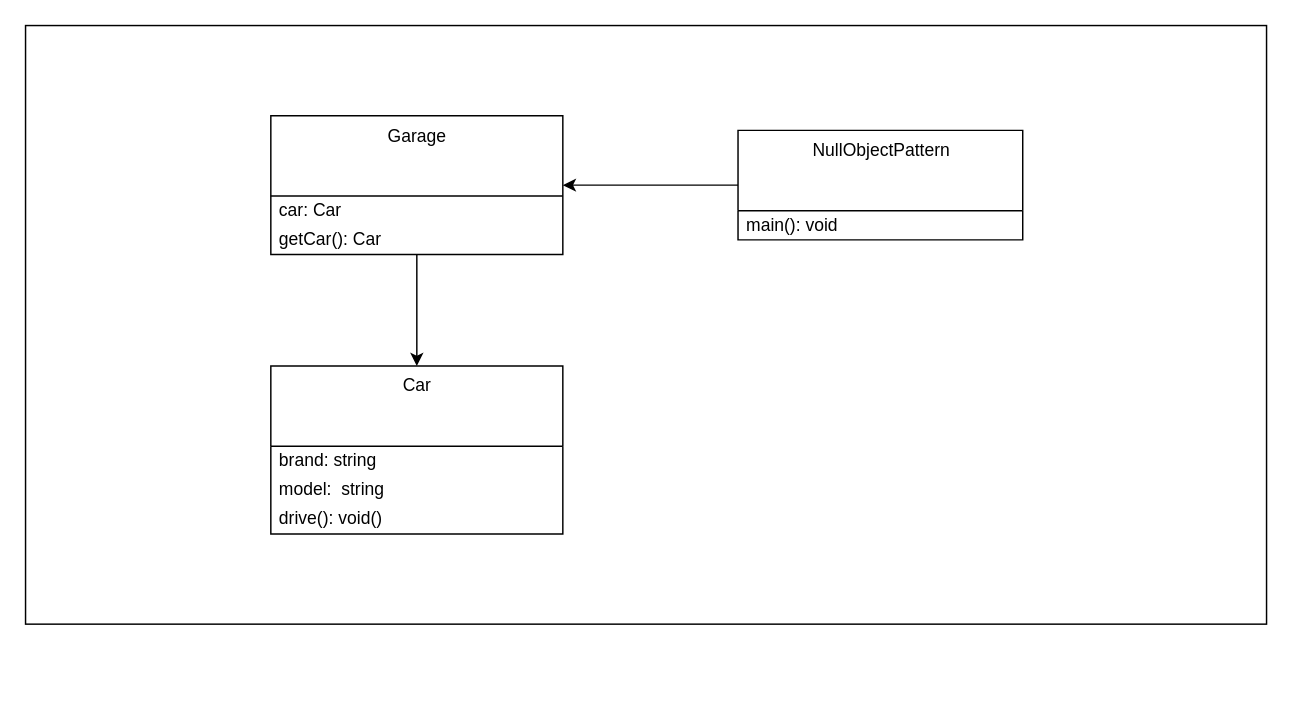
Above: page "NullObjectPattern-1" (3 of 4) of images/clean-code-error-handling/Error-handling.drawio in GabrielSlima/blog (draw.io), before the change. Source tidied: cells renumbered, new cells numbered last; positions are measured from the earlier drawing's top-left corner, leaving out a move shared by most shapes. Both pictures are drawn from the tidied source at 146%, with x=0, y=0 at pixel (25, 25).
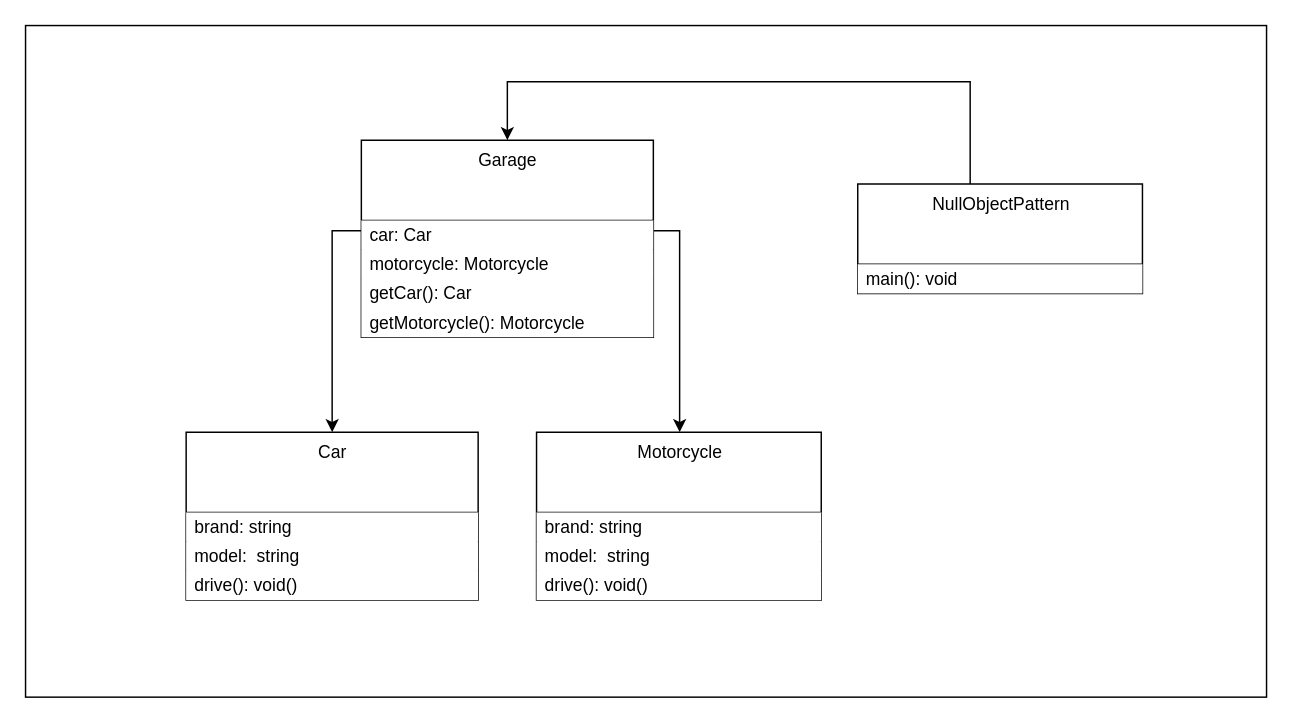
The same page after the edit.

Change to the diagram source:
```diff
@@
-    <mxCell id="2" style="rounded=0;whiteSpace=wrap;html=1;fillColor=none;" parent="1" vertex="1">
-      <mxGeometry width="850" height="410" as="geometry" />
-    </mxCell>
+    <mxCell id="14" style="rounded=0;whiteSpace=wrap;html=1;fillColor=none;" parent="1" vertex="1">
+      <mxGeometry width="850" height="460" as="geometry" />
+    </mxCell>
+    <mxCell id="15" style="edgeStyle=orthogonalEdgeStyle;rounded=0;jettySize=auto;html=1;" parent="1" edge="1" source="4" target="18">
+      <mxGeometry relative="1" as="geometry">
+        <Array as="points">
+          <mxPoint x="448" y="140.5" />
+        </Array>
+      </mxGeometry>
+    </mxCell>
-    <mxCell id="3" style="edgeStyle=orthogonalEdgeStyle;rounded=0;jettySize=auto;html=1;fontColor=#000000;" parent="1" edge="1" source="4" target="7">
-      <mxGeometry relative="1" as="geometry" />
+    <mxCell id="3" style="edgeStyle=orthogonalEdgeStyle;rounded=0;jettySize=auto;html=1;" parent="1" edge="1" source="4" target="7">
+      <mxGeometry relative="1" as="geometry">
+        <Array as="points">
+          <mxPoint x="210" y="140.5" />
+        </Array>
+      </mxGeometry>
     </mxCell>
     <mxCell id="4" value="Garage" style="swimlane;fontStyle=0;align=center;verticalAlign=top;horizontal=1;startSize=55;html=1;" parent="1" vertex="1">
-      <mxGeometry x="168" y="61.8" width="200" height="95" as="geometry" />
+      <mxGeometry x="230" y="78.5" width="200" height="135" as="geometry" />
     </mxCell>
-    <mxCell id="5" value="&lt;div&gt;car: Car&lt;/div&gt;" style="text;html=1;strokeColor=none;fillColor=none;align=left;verticalAlign=middle;spacingLeft=4;spacingRight=4;overflow=hidden;" parent="4" vertex="1">
+    <mxCell id="5" value="&lt;div&gt;car: Car&lt;/div&gt;" style="text;html=1;strokeColor=none;align=left;verticalAlign=middle;spacingLeft=4;spacingRight=4;overflow=hidden;fillColor=#ffffff;" parent="4" vertex="1">
       <mxGeometry y="55" width="200" height="20" as="geometry" />
     </mxCell>
+    <mxCell id="16" value="&lt;div&gt;motorcycle: Motorcycle&lt;/div&gt;" style="text;html=1;strokeColor=none;align=left;verticalAlign=middle;spacingLeft=4;spacingRight=4;overflow=hidden;fillColor=#ffffff;" parent="4" vertex="1">
+      <mxGeometry y="75" width="200" height="20" as="geometry" />
+    </mxCell>
-    <mxCell id="6" value="&lt;div&gt;getCar(): Car&lt;/div&gt;" style="text;html=1;strokeColor=none;fillColor=none;align=left;verticalAlign=middle;spacingLeft=4;spacingRight=4;overflow=hidden;" parent="4" vertex="1">
-      <mxGeometry y="75" width="200" height="20" as="geometry" />
+    <mxCell id="6" value="&lt;div&gt;getCar(): Car&lt;/div&gt;" style="text;html=1;strokeColor=none;align=left;verticalAlign=middle;spacingLeft=4;spacingRight=4;overflow=hidden;fillColor=#ffffff;" parent="4" vertex="1">
+      <mxGeometry y="95" width="200" height="20" as="geometry" />
     </mxCell>
+    <mxCell id="17" value="&lt;div&gt;getMotorcycle(): Motorcycle&lt;/div&gt;" style="text;html=1;strokeColor=none;align=left;verticalAlign=middle;spacingLeft=4;spacingRight=4;overflow=hidden;fillColor=#ffffff;" parent="4" vertex="1">
+      <mxGeometry y="115" width="200" height="20" as="geometry" />
+    </mxCell>
+    <mxCell id="18" value="Motorcycle" style="swimlane;fontStyle=0;align=center;verticalAlign=top;horizontal=1;startSize=55;html=1;" parent="1" vertex="1">
+      <mxGeometry x="350" y="278.5" width="195" height="115" as="geometry" />
+    </mxCell>
+    <mxCell id="19" value="brand: string" style="text;html=1;strokeColor=none;align=left;verticalAlign=middle;spacingLeft=4;spacingRight=4;overflow=hidden;fillColor=#ffffff;" parent="18" vertex="1">
+      <mxGeometry y="55" width="195" height="20" as="geometry" />
+    </mxCell>
+    <mxCell id="20" value="&lt;div&gt;model:&amp;nbsp; string&lt;/div&gt;" style="text;html=1;strokeColor=none;align=left;verticalAlign=middle;spacingLeft=4;spacingRight=4;overflow=hidden;fillColor=#ffffff;" parent="18" vertex="1">
+      <mxGeometry y="75" width="195" height="20" as="geometry" />
+    </mxCell>
+    <mxCell id="21" value="&lt;div&gt;drive(): void()&lt;/div&gt;" style="text;html=1;strokeColor=none;align=left;verticalAlign=middle;spacingLeft=4;spacingRight=4;overflow=hidden;fillColor=#ffffff;" parent="18" vertex="1">
+      <mxGeometry y="95" width="195" height="20" as="geometry" />
+    </mxCell>
     <mxCell id="7" value="Car" style="swimlane;fontStyle=0;align=center;verticalAlign=top;horizontal=1;startSize=55;html=1;" parent="1" vertex="1">
-      <mxGeometry x="168" y="233.2" width="200" height="115" as="geometry" />
+      <mxGeometry x="110" y="278.5" width="200" height="115" as="geometry" />
     </mxCell>
-    <mxCell id="8" value="brand: string" style="text;html=1;strokeColor=none;fillColor=none;align=left;verticalAlign=middle;spacingLeft=4;spacingRight=4;overflow=hidden;" parent="7" vertex="1">
-      <mxGeometry y="55" width="200" height="20" as="geometry" />
-    </mxCell>
-    <mxCell id="9" value="&lt;div&gt;model:&amp;nbsp; string&lt;/div&gt;" style="text;html=1;strokeColor=none;fillColor=none;align=left;verticalAlign=middle;spacingLeft=4;spacingRight=4;overflow=hidden;" parent="7" vertex="1">
-      <mxGeometry y="75" width="200" height="20" as="geometry" />
-    </mxCell>
-    <mxCell id="10" value="&lt;div&gt;drive(): void()&lt;/div&gt;" style="text;html=1;strokeColor=none;fillColor=none;align=left;verticalAlign=middle;spacingLeft=4;spacingRight=4;overflow=hidden;" parent="7" vertex="1">
-      <mxGeometry y="95" width="200" height="20" as="geometry" />
-    </mxCell>
+    <mxCell id="22" value="brand: string" style="text;html=1;strokeColor=none;align=left;verticalAlign=middle;spacingLeft=4;spacingRight=4;overflow=hidden;fillColor=#ffffff;" parent="7" vertex="1">
+      <mxGeometry y="55" width="200" height="20" as="geometry" />
+    </mxCell>
+    <mxCell id="23" value="&lt;div&gt;model:&amp;nbsp; string&lt;/div&gt;" style="text;html=1;strokeColor=none;align=left;verticalAlign=middle;spacingLeft=4;spacingRight=4;overflow=hidden;fillColor=#ffffff;" parent="7" vertex="1">
+      <mxGeometry y="75" width="200" height="20" as="geometry" />
+    </mxCell>
+    <mxCell id="24" value="&lt;div&gt;drive(): void()&lt;/div&gt;" style="text;html=1;strokeColor=none;align=left;verticalAlign=middle;spacingLeft=4;spacingRight=4;overflow=hidden;fillColor=#ffffff;" parent="7" vertex="1">
+      <mxGeometry y="95" width="200" height="20" as="geometry" />
+    </mxCell>
-    <mxCell id="11" style="edgeStyle=orthogonalEdgeStyle;rounded=0;jettySize=auto;html=1;entryX=1;entryY=0.5;entryDx=0;entryDy=0;fontColor=#000000;" parent="1" edge="1" source="12" target="4">
-      <mxGeometry relative="1" as="geometry" />
+    <mxCell id="11" style="edgeStyle=orthogonalEdgeStyle;rounded=0;jettySize=auto;html=1;entryX=0.5;entryY=0;entryDx=0;entryDy=0;" parent="1" edge="1" source="12" target="4">
+      <mxGeometry relative="1" as="geometry">
+        <Array as="points">
+          <mxPoint x="647" y="38.5" />
+          <mxPoint x="330" y="38.5" />
+        </Array>
+      </mxGeometry>
     </mxCell>
     <mxCell id="12" value="NullObjectPattern" style="swimlane;fontStyle=0;align=center;verticalAlign=top;horizontal=1;startSize=55;html=1;" parent="1" vertex="1">
-      <mxGeometry x="488" y="71.8" width="195" height="75" as="geometry" />
+      <mxGeometry x="570" y="108.5" width="195" height="75" as="geometry" />
     </mxCell>
-    <mxCell id="13" value="&lt;div&gt;main(): void&lt;/div&gt;" style="text;html=1;strokeColor=none;fillColor=none;align=left;verticalAlign=middle;spacingLeft=4;spacingRight=4;overflow=hidden;" parent="12" vertex="1">
+    <mxCell id="13" value="&lt;div&gt;main(): void&lt;/div&gt;" style="text;html=1;strokeColor=none;align=left;verticalAlign=middle;spacingLeft=4;spacingRight=4;overflow=hidden;fillColor=#ffffff;" parent="12" vertex="1">
       <mxGeometry y="55" width="195" height="20" as="geometry" />
     </mxCell>
```
